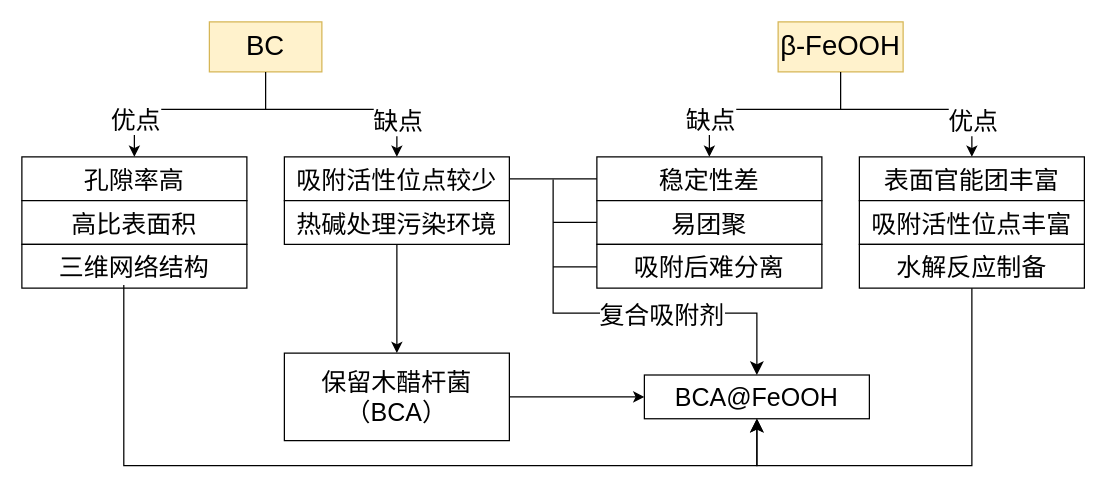
The draw.io diagram 答辩.drawio in liuzhongkun1/drawio, before the edit. Source tidied: cells renumbered, new cells numbered last; positions are measured from the earlier drawing's top-left corner, leaving out a move shared by most shapes. Both pictures are drawn from the tidied source at 125%, with x=0, y=0 at pixel (21, 21).
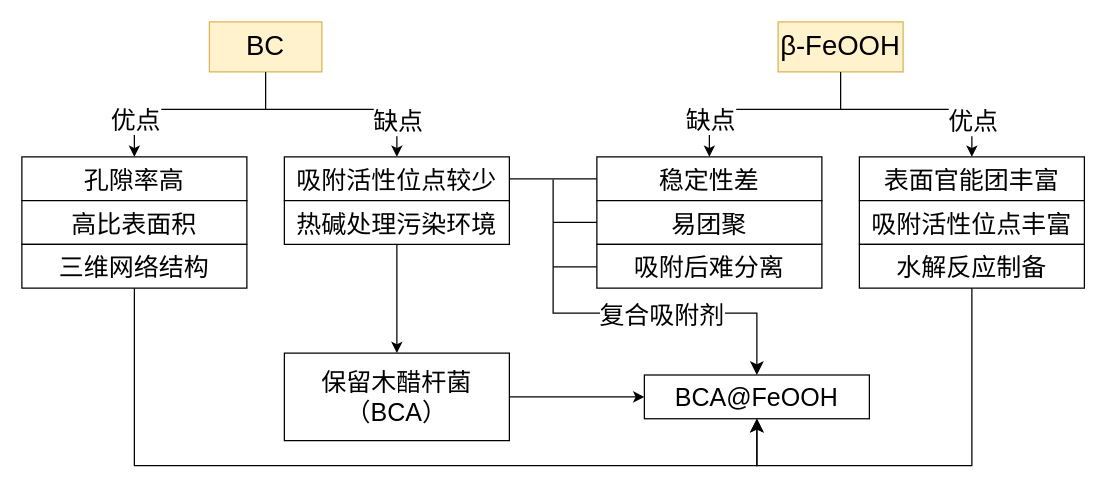
The same page after the edit.

The change refers to these unchanged cells:
```xml
<mxCell id="23" value="&lt;font style=&quot;font-size: 20px;&quot;&gt;三维网络结构&lt;/font&gt;" style="rounded=0;whiteSpace=wrap;html=1;align=center;verticalAlign=middle;" parent="1" vertex="1">
  <mxGeometry y="178" width="180" height="35" as="geometry" />
</mxCell>
<mxCell id="31" value="BCA@FeOOH" style="whiteSpace=wrap;html=1;rounded=0;fontSize=20;" parent="1" vertex="1">
  <mxGeometry x="498" y="282.5" width="180" height="35" as="geometry" />
</mxCell>
```

What changed in the source:
```diff
@@
-    <mxCell id="32" style="edgeStyle=elbowEdgeStyle;elbow=vertical;endArrow=classic;html=1;curved=0;rounded=0;endSize=8;startSize=8;exitX=0.453;exitY=0.931;exitDx=0;exitDy=0;exitPerimeter=0;entryX=0.5;entryY=1;entryDx=0;entryDy=0;" parent="1" edge="1" source="23" target="31">
+    <mxCell id="32" style="edgeStyle=elbowEdgeStyle;elbow=vertical;endArrow=classic;html=1;curved=0;rounded=0;endSize=8;startSize=8;exitX=0.5;exitY=1;exitDx=0;exitDy=0;entryX=0.5;entryY=1;entryDx=0;entryDy=0;" parent="1" edge="1" source="23" target="31">
       <mxGeometry relative="1" as="geometry">
         <Array as="points">
           <mxPoint x="82" y="355" />
         </Array>
       </mxGeometry>
     </mxCell>
```
